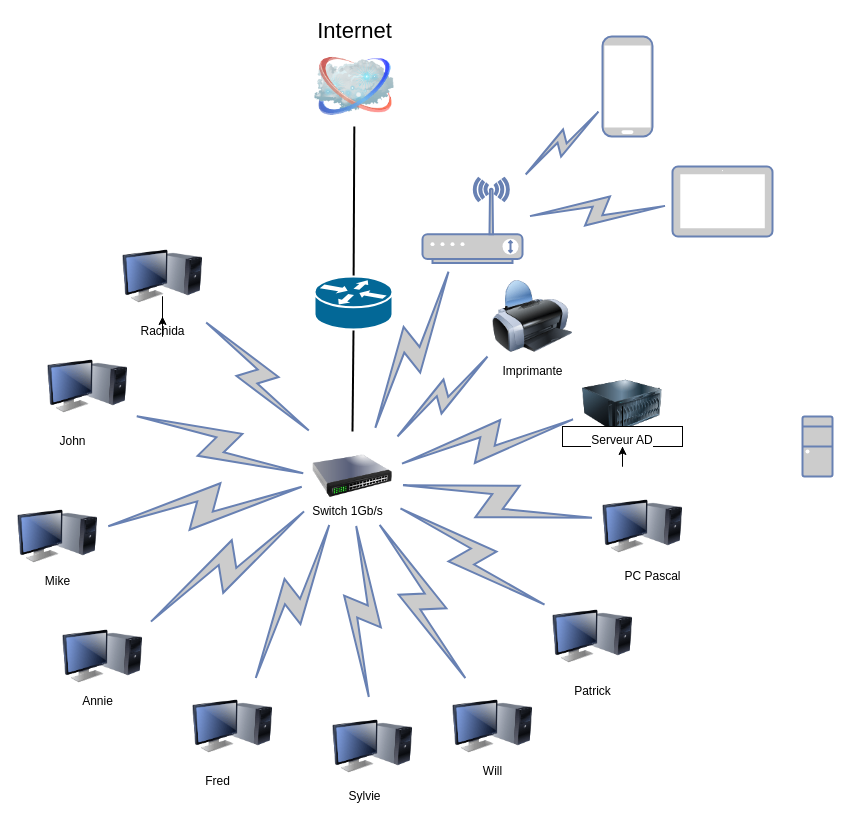
Above: Diagramme sans nom.drawio in Emusimbwa/Etsha-Musimbwa (draw.io), before the change. Source tidied: cells renumbered, new cells numbered last; positions are measured from the earlier drawing's top-left corner, leaving out a move shared by most shapes. Both pictures are drawn from the tidied source at 100%, with x=0, y=0 at pixel (17, 36).
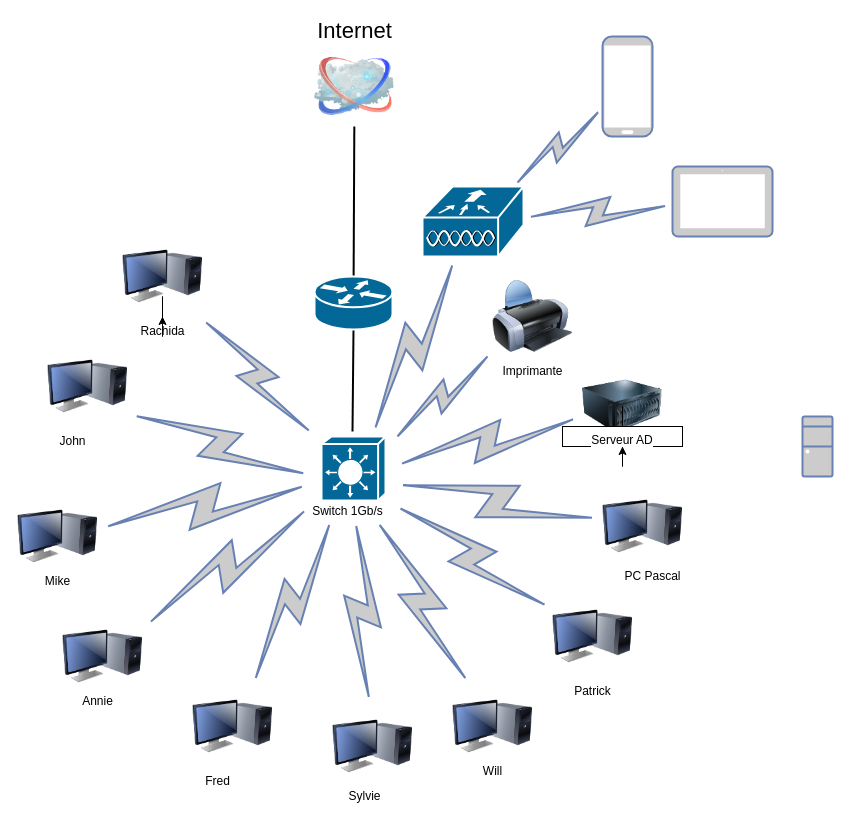
The same diagram, later.

Commit message:
Mettre à jour Diagramme sans nom.drawio

Unchanged cells that the change refers to:
```xml
<mxCell id="15" style="image;html=1;image=img/lib/clip_art/computers/Monitor_Tower_128x128.png;" parent="1" vertex="1">
  <mxGeometry x="175" y="650" width="80" height="80" as="geometry" />
</mxCell>
<mxCell id="16" style="image;html=1;image=img/lib/clip_art/computers/Monitor_Tower_128x128.png;" parent="1" vertex="1">
  <mxGeometry x="585" y="450" width="80" height="80" as="geometry" />
</mxCell>
<mxCell id="17" style="image;html=1;image=img/lib/clip_art/computers/Monitor_Tower_128x128.png;" parent="1" vertex="1">
  <mxGeometry x="535" y="560" width="80" height="80" as="geometry" />
</mxCell>
<mxCell id="18" style="image;html=1;image=img/lib/clip_art/computers/Monitor_Tower_128x128.png;" parent="1" vertex="1">
  <mxGeometry x="435" y="650" width="80" height="80" as="geometry" />
</mxCell>
<mxCell id="19" style="image;html=1;image=img/lib/clip_art/computers/Monitor_Tower_128x128.png;" parent="1" vertex="1">
  <mxGeometry x="315" y="670" width="80" height="80" as="geometry" />
</mxCell>
<mxCell id="20" style="image;html=1;image=img/lib/clip_art/computers/Monitor_Tower_128x128.png;" parent="1" vertex="1">
  <mxGeometry x="45" y="580" width="80" height="80" as="geometry" />
</mxCell>
<mxCell id="21" style="image;html=1;image=img/lib/clip_art/computers/Monitor_Tower_128x128.png;" parent="1" vertex="1">
  <mxGeometry y="460" width="80" height="80" as="geometry" />
</mxCell>
<mxCell id="22" style="image;html=1;image=img/lib/clip_art/computers/Monitor_Tower_128x128.png;" parent="1" vertex="1">
  <mxGeometry x="30" y="310" width="80" height="80" as="geometry" />
</mxCell>
<mxCell id="25" style="image;html=1;image=img/lib/clip_art/computers/Printer_128x128.png;" parent="1" vertex="1">
  <mxGeometry x="475" y="240" width="80" height="80" as="geometry" />
</mxCell>
<mxCell id="26" style="image;html=1;image=img/lib/clip_art/computers/Server_128x128.png;" parent="1" vertex="1">
  <mxGeometry x="565" y="330" width="80" height="80" as="geometry" />
</mxCell>
<mxCell id="32" style="image;html=1;image=img/lib/clip_art/computers/Monitor_Tower_128x128.png;" parent="1" vertex="1">
  <mxGeometry x="105" y="200" width="80" height="80" as="geometry" />
</mxCell>
<mxCell id="36" style="fontColor=#0066CC;verticalAlign=top;verticalLabelPosition=bottom;labelPosition=center;align=center;html=1;outlineConnect=0;fillColor=#CCCCCC;strokeColor=#6881B3;gradientColor=none;gradientDirection=north;strokeWidth=2;shape=mxgraph.networks.mobile;fontSize=16;" parent="1" vertex="1">
  <mxGeometry x="585" width="50" height="100" as="geometry" />
</mxCell>
<mxCell id="37" style="fontColor=#0066CC;verticalAlign=top;verticalLabelPosition=bottom;labelPosition=center;align=center;html=1;outlineConnect=0;fillColor=#CCCCCC;strokeColor=#6881B3;gradientColor=none;gradientDirection=north;strokeWidth=2;shape=mxgraph.networks.tablet;fontSize=16;" parent="1" vertex="1">
  <mxGeometry x="655" y="130" width="100" height="70" as="geometry" />
</mxCell>
```

Diff of the diagram source:
```diff
@@
-    <mxCell id="5" style="html=1;fillColor=#CCCCCC;strokeColor=#6881B3;gradientColor=none;gradientDirection=north;strokeWidth=2;shape=mxgraph.networks.comm_link_edge;html=1;labelBackgroundColor=none;endArrow=none;fontFamily=Verdana;fontSize=22;fontColor=#000000;fontStyle=1;" parent="1" edge="1" source="32" target="11">
-      <mxGeometry relative="1" as="geometry" />
+    <mxCell id="5" style="html=1;fillColor=#CCCCCC;strokeColor=#6881B3;gradientColor=none;gradientDirection=north;strokeWidth=2;shape=mxgraph.networks.comm_link_edge;html=1;labelBackgroundColor=none;endArrow=none;fontFamily=Verdana;fontSize=22;fontColor=#000000;fontStyle=1;" parent="1" edge="1" source="32">
+      <mxGeometry relative="1" as="geometry">
+        <mxPoint x="297" y="400" as="targetPoint" />
+      </mxGeometry>
     </mxCell>
-    <mxCell id="6" style="html=1;fillColor=#CCCCCC;strokeColor=#6881B3;gradientColor=none;gradientDirection=north;strokeWidth=2;shape=mxgraph.networks.comm_link_edge;html=1;labelBackgroundColor=none;endArrow=none;fontFamily=Verdana;fontSize=22;fontColor=#000000;" parent="1" edge="1" source="20" target="11">
-      <mxGeometry relative="1" as="geometry" />
+    <mxCell id="6" style="html=1;fillColor=#CCCCCC;strokeColor=#6881B3;gradientColor=none;gradientDirection=north;strokeWidth=2;shape=mxgraph.networks.comm_link_edge;html=1;labelBackgroundColor=none;endArrow=none;fontFamily=Verdana;fontSize=22;fontColor=#000000;" parent="1" edge="1" source="20">
+      <mxGeometry relative="1" as="geometry">
+        <mxPoint x="295" y="468.8" as="targetPoint" />
+      </mxGeometry>
     </mxCell>
-    <mxCell id="7" style="html=1;fillColor=#CCCCCC;strokeColor=#6881B3;gradientColor=none;gradientDirection=north;strokeWidth=2;shape=mxgraph.networks.comm_link_edge;html=1;labelBackgroundColor=none;endArrow=none;fontFamily=Verdana;fontSize=22;fontColor=#000000;" parent="1" edge="1" source="15" target="11">
-      <mxGeometry relative="1" as="geometry" />
+    <mxCell id="7" style="html=1;fillColor=#CCCCCC;strokeColor=#6881B3;gradientColor=none;gradientDirection=north;strokeWidth=2;shape=mxgraph.networks.comm_link_edge;html=1;labelBackgroundColor=none;endArrow=none;fontFamily=Verdana;fontSize=22;fontColor=#000000;" parent="1" edge="1" source="15">
+      <mxGeometry relative="1" as="geometry">
+        <mxPoint x="315.8" y="480" as="targetPoint" />
+      </mxGeometry>
     </mxCell>
-    <mxCell id="8" style="html=1;fillColor=#CCCCCC;strokeColor=#6881B3;gradientColor=none;gradientDirection=north;strokeWidth=2;shape=mxgraph.networks.comm_link_edge;html=1;labelBackgroundColor=none;endArrow=none;fontFamily=Verdana;fontSize=22;fontColor=#000000;" parent="1" edge="1" source="19" target="11">
-      <mxGeometry relative="1" as="geometry" />
+    <mxCell id="8" style="html=1;fillColor=#CCCCCC;strokeColor=#6881B3;gradientColor=none;gradientDirection=north;strokeWidth=2;shape=mxgraph.networks.comm_link_edge;html=1;labelBackgroundColor=none;endArrow=none;fontFamily=Verdana;fontSize=22;fontColor=#000000;" parent="1" edge="1" source="19">
+      <mxGeometry relative="1" as="geometry">
+        <mxPoint x="338" y="480" as="targetPoint" />
+      </mxGeometry>
     </mxCell>
-    <mxCell id="9" style="html=1;fillColor=#CCCCCC;strokeColor=#6881B3;gradientColor=none;gradientDirection=north;strokeWidth=2;shape=mxgraph.networks.comm_link_edge;html=1;labelBackgroundColor=none;endArrow=none;fontFamily=Verdana;fontSize=22;fontColor=#000000;" parent="1" edge="1" source="18" target="11">
-      <mxGeometry relative="1" as="geometry" />
+    <mxCell id="9" style="html=1;fillColor=#CCCCCC;strokeColor=#6881B3;gradientColor=none;gradientDirection=north;strokeWidth=2;shape=mxgraph.networks.comm_link_edge;html=1;labelBackgroundColor=none;endArrow=none;fontFamily=Verdana;fontSize=22;fontColor=#000000;" parent="1" edge="1" source="18">
+      <mxGeometry relative="1" as="geometry">
+        <mxPoint x="357.4" y="480" as="targetPoint" />
+      </mxGeometry>
     </mxCell>
-    <mxCell id="10" style="html=1;fillColor=#CCCCCC;strokeColor=#6881B3;gradientColor=none;gradientDirection=north;strokeWidth=2;shape=mxgraph.networks.comm_link_edge;html=1;labelBackgroundColor=none;endArrow=none;fontFamily=Verdana;fontSize=22;fontColor=#000000;" parent="1" edge="1" source="17" target="11">
-      <mxGeometry relative="1" as="geometry" />
+    <mxCell id="10" style="html=1;fillColor=#CCCCCC;strokeColor=#6881B3;gradientColor=none;gradientDirection=north;strokeWidth=2;shape=mxgraph.networks.comm_link_edge;html=1;labelBackgroundColor=none;endArrow=none;fontFamily=Verdana;fontSize=22;fontColor=#000000;" parent="1" edge="1" source="17">
+      <mxGeometry relative="1" as="geometry">
+        <mxPoint x="375" y="466.7" as="targetPoint" />
+      </mxGeometry>
     </mxCell>
-    <mxCell id="11" style="image;html=1;image=img/lib/clip_art/networking/Switch_128x128.png;" parent="1" vertex="1">
-      <mxGeometry x="295" y="400" width="80" height="80" as="geometry" />
-    </mxCell>
-    <mxCell id="12" style="html=1;outlineConnect=0;fillColor=#CCCCCC;strokeColor=#6881B3;gradientColor=none;gradientDirection=north;strokeWidth=2;shape=mxgraph.networks.comm_link_edge;html=1;rounded=0;" parent="1" edge="1" source="22" target="11">
+    <mxCell id="12" style="html=1;outlineConnect=0;fillColor=#CCCCCC;strokeColor=#6881B3;gradientColor=none;gradientDirection=north;strokeWidth=2;shape=mxgraph.networks.comm_link_edge;html=1;rounded=0;" parent="1" edge="1" source="22">
       <mxGeometry relative="1" as="geometry">
+        <mxPoint x="295" y="440" as="targetPoint" />
         <Array as="points">
           <mxPoint x="205" y="440" />
         </Array>
       </mxGeometry>
     </mxCell>
-    <mxCell id="13" style="html=1;outlineConnect=0;fillColor=#CCCCCC;strokeColor=#6881B3;gradientColor=none;gradientDirection=north;strokeWidth=2;shape=mxgraph.networks.comm_link_edge;html=1;rounded=0;" parent="1" edge="1" source="21" target="11">
-      <mxGeometry relative="1" as="geometry" />
+    <mxCell id="13" style="html=1;outlineConnect=0;fillColor=#CCCCCC;strokeColor=#6881B3;gradientColor=none;gradientDirection=north;strokeWidth=2;shape=mxgraph.networks.comm_link_edge;html=1;rounded=0;" parent="1" edge="1" source="21">
+      <mxGeometry relative="1" as="geometry">
+        <mxPoint x="295" y="448.1" as="targetPoint" />
+      </mxGeometry>
     </mxCell>
-    <mxCell id="14" style="html=1;outlineConnect=0;fillColor=#CCCCCC;strokeColor=#6881B3;gradientColor=none;gradientDirection=north;strokeWidth=2;shape=mxgraph.networks.comm_link_edge;html=1;rounded=0;" parent="1" edge="1" source="11" target="16">
-      <mxGeometry relative="1" as="geometry" />
+    <mxCell id="14" style="html=1;outlineConnect=0;fillColor=#CCCCCC;strokeColor=#6881B3;gradientColor=none;gradientDirection=north;strokeWidth=2;shape=mxgraph.networks.comm_link_edge;html=1;rounded=0;" parent="1" edge="1" target="16">
+      <mxGeometry relative="1" as="geometry">
+        <mxPoint x="375" y="446.9" as="sourcePoint" />
+      </mxGeometry>
     </mxCell>
@@
-    <mxCell id="23" style="html=1;outlineConnect=0;fillColor=#CCCCCC;strokeColor=#6881B3;gradientColor=none;gradientDirection=north;strokeWidth=2;shape=mxgraph.networks.comm_link_edge;html=1;rounded=0;" parent="1" edge="1" source="11" target="25">
-      <mxGeometry relative="1" as="geometry" />
+    <mxCell id="23" style="html=1;outlineConnect=0;fillColor=#CCCCCC;strokeColor=#6881B3;gradientColor=none;gradientDirection=north;strokeWidth=2;shape=mxgraph.networks.comm_link_edge;html=1;rounded=0;" parent="1" edge="1" target="25">
+      <mxGeometry relative="1" as="geometry">
+        <mxPoint x="375" y="404.4" as="sourcePoint" />
+      </mxGeometry>
     </mxCell>
-    <mxCell id="24" style="html=1;outlineConnect=0;fillColor=#CCCCCC;strokeColor=#6881B3;gradientColor=none;gradientDirection=north;strokeWidth=2;shape=mxgraph.networks.comm_link_edge;html=1;rounded=0;" parent="1" edge="1" source="11" target="26">
-      <mxGeometry relative="1" as="geometry" />
+    <mxCell id="24" style="html=1;outlineConnect=0;fillColor=#CCCCCC;strokeColor=#6881B3;gradientColor=none;gradientDirection=north;strokeWidth=2;shape=mxgraph.networks.comm_link_edge;html=1;rounded=0;" parent="1" edge="1" target="26">
+      <mxGeometry relative="1" as="geometry">
+        <mxPoint x="375" y="429.6" as="sourcePoint" />
+      </mxGeometry>
     </mxCell>
@@
-    <mxCell id="34" style="fontColor=#0066CC;verticalAlign=top;verticalLabelPosition=bottom;labelPosition=center;align=center;html=1;outlineConnect=0;fillColor=#CCCCCC;strokeColor=#6881B3;gradientColor=none;gradientDirection=north;strokeWidth=2;shape=mxgraph.networks.wireless_modem;fontSize=16;" parent="1" vertex="1">
-      <mxGeometry x="405" y="141.5" width="100" height="85" as="geometry" />
-    </mxCell>
-    <mxCell id="35" style="html=1;outlineConnect=0;fillColor=#CCCCCC;strokeColor=#6881B3;gradientColor=none;gradientDirection=north;strokeWidth=2;shape=mxgraph.networks.comm_link_edge;html=1;rounded=0;fontSize=12;startSize=8;endSize=8;curved=1;" parent="1" edge="1" source="11" target="34">
-      <mxGeometry relative="1" as="geometry" />
+    <mxCell id="35" style="html=1;outlineConnect=0;fillColor=#CCCCCC;strokeColor=#6881B3;gradientColor=none;gradientDirection=north;strokeWidth=2;shape=mxgraph.networks.comm_link_edge;html=1;rounded=0;fontSize=12;startSize=8;endSize=8;curved=1;" parent="1" edge="1" target="51">
+      <mxGeometry relative="1" as="geometry">
+        <mxPoint x="353.8" y="400" as="sourcePoint" />
+      </mxGeometry>
     </mxCell>
@@
-    <mxCell id="38" style="html=1;outlineConnect=0;fillColor=#CCCCCC;strokeColor=#6881B3;gradientColor=none;gradientDirection=north;strokeWidth=2;shape=mxgraph.networks.comm_link_edge;html=1;rounded=0;fontSize=12;startSize=8;endSize=8;curved=1;" parent="1" edge="1" source="34" target="36">
+    <mxCell id="38" style="html=1;outlineConnect=0;fillColor=#CCCCCC;strokeColor=#6881B3;gradientColor=none;gradientDirection=north;strokeWidth=2;shape=mxgraph.networks.comm_link_edge;html=1;rounded=0;fontSize=12;startSize=8;endSize=8;curved=1;" parent="1" edge="1" source="51" target="36">
       <mxGeometry relative="1" as="geometry" />
     </mxCell>
-    <mxCell id="39" style="html=1;outlineConnect=0;fillColor=#CCCCCC;strokeColor=#6881B3;gradientColor=none;gradientDirection=north;strokeWidth=2;shape=mxgraph.networks.comm_link_edge;html=1;rounded=0;fontSize=12;startSize=8;endSize=8;curved=1;" parent="1" edge="1" source="34" target="37">
+    <mxCell id="39" style="html=1;outlineConnect=0;fillColor=#CCCCCC;strokeColor=#6881B3;gradientColor=none;gradientDirection=north;strokeWidth=2;shape=mxgraph.networks.comm_link_edge;html=1;rounded=0;fontSize=12;startSize=8;endSize=8;curved=1;" parent="1" edge="1" source="51" target="37">
       <mxGeometry relative="1" as="geometry" />
     </mxCell>
@@
+    <mxCell id="50" style="shape=mxgraph.cisco.switches.layer_3_switch;sketch=0;html=1;dashed=0;fillColor=#036897;strokeColor=#ffffff;strokeWidth=2;verticalLabelPosition=bottom;verticalAlign=top;align=center;" parent="1" vertex="1">
+      <mxGeometry x="304" y="400" width="64" height="64" as="geometry" />
+    </mxCell>
+    <mxCell id="51" style="shape=mxgraph.cisco.wireless.wlan_controller;sketch=0;html=1;dashed=0;fillColor=#036897;strokeColor=#ffffff;strokeWidth=2;verticalLabelPosition=bottom;verticalAlign=top;align=center;outlineConnect=0;" parent="1" vertex="1">
+      <mxGeometry x="405" y="150" width="101" height="70" as="geometry" />
+    </mxCell>
```
